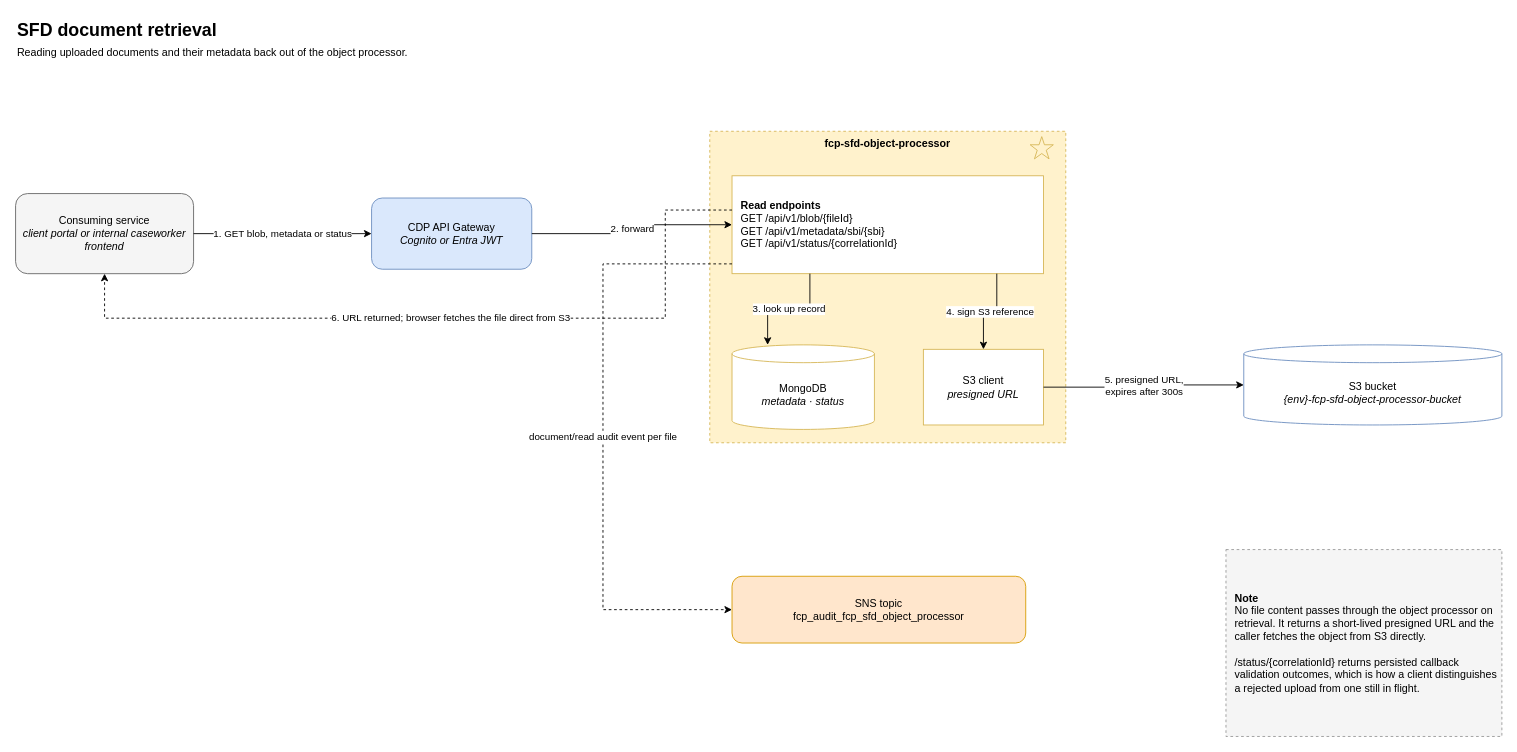
This is page "Document retrieval" (2 of 2) of docs/diagrams/document-upload.drawio from DEFRA/fcp-sfd-core, a draw.io file, before an edit. Source tidied: cells renumbered, new cells numbered last; positions are measured from the earlier drawing's top-left corner, leaving out a move shared by most shapes. Both pictures are drawn from the tidied source at 89%, with x=0, y=0 at pixel (15, 15).
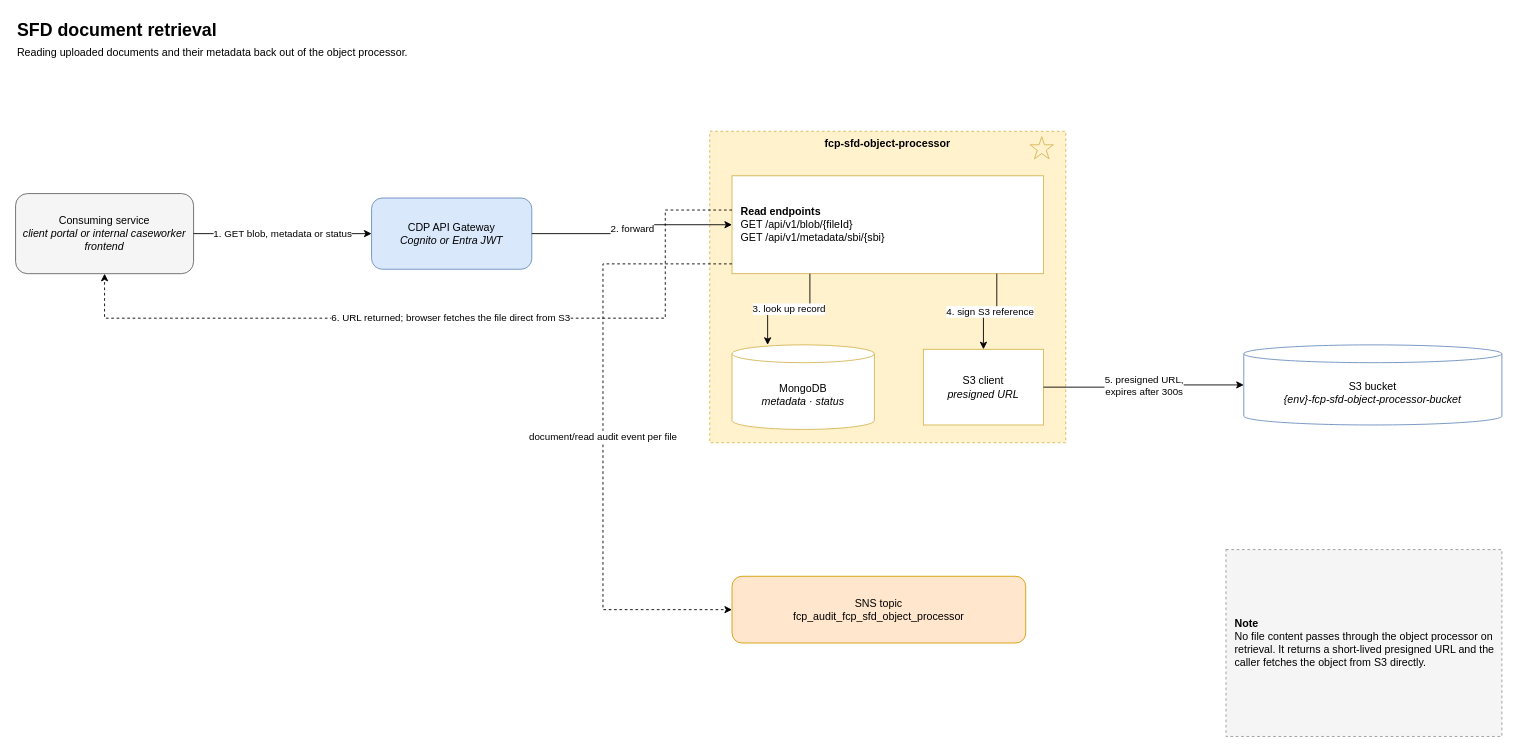
Above is the later version.

Commit message (it also covers changes not shown here):
docs: remove deleted object processor /api/v1/status/{correlationId} endpoint references

What changed in the source:
```diff
@@
-    <mxCell id="8" value="&lt;b&gt;Read endpoints&lt;/b&gt;&lt;br&gt;GET /api/v1/blob/{fileId}&lt;br&gt;GET /api/v1/metadata/sbi/{sbi}&lt;br&gt;GET /api/v1/status/{correlationId}" style="rounded=0;whiteSpace=wrap;html=1;align=left;spacingLeft=8;fillColor=#ffffff;strokeColor=#d6b656;" parent="1" vertex="1">
+    <mxCell id="8" value="&lt;b&gt;Read endpoints&lt;/b&gt;&lt;br&gt;GET /api/v1/blob/{fileId}&lt;br&gt;GET /api/v1/metadata/sbi/{sbi}" style="rounded=0;whiteSpace=wrap;html=1;align=left;spacingLeft=8;fillColor=#ffffff;strokeColor=#d6b656;" parent="1" vertex="1">
       <mxGeometry x="805" y="180" width="350" height="110" as="geometry" />
     </mxCell>
@@
-    <mxCell id="20" value="&lt;b&gt;Note&lt;/b&gt;&lt;br&gt;No file content passes through the object processor on retrieval. It returns a short-lived presigned URL and the caller fetches the object from S3 directly.&lt;br&gt;&lt;br&gt;/status/{correlationId} returns persisted callback validation outcomes, which is how a client distinguishes a rejected upload from one still in flight." style="rounded=0;whiteSpace=wrap;html=1;align=left;spacingLeft=8;fillColor=#f5f5f5;strokeColor=#999999;dashed=1;" parent="1" vertex="1">
+    <mxCell id="20" value="&lt;b&gt;Note&lt;/b&gt;&lt;br&gt;No file content passes through the object processor on retrieval. It returns a short-lived presigned URL and the caller fetches the object from S3 directly." style="rounded=0;whiteSpace=wrap;html=1;align=left;spacingLeft=8;fillColor=#f5f5f5;strokeColor=#999999;dashed=1;" parent="1" vertex="1">
       <mxGeometry x="1360" y="600" width="310" height="210" as="geometry" />
     </mxCell>
```
